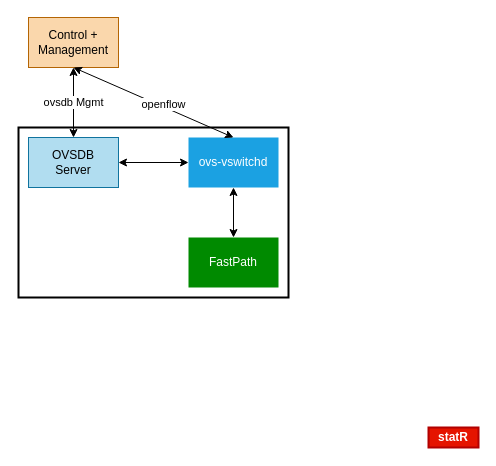
Earlier version of the draw.io diagram passive-monitoring-demo-components.drawio (sugchand/drawio). Source tidied: cells renumbered, new cells numbered last; positions are measured from the earlier drawing's top-left corner, leaving out a move shared by most shapes. Both pictures are drawn from the tidied source at 100%, with x=0, y=0 at pixel (18, 17).
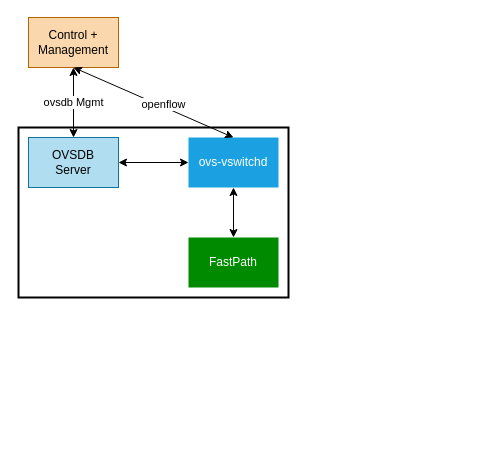
The same diagram, later.

The edit, as a diff of the source:
```diff
@@
 <mxGraphModel>
   <root>
     <mxCell id="0" />
     <mxCell id="1" parent="0" />
     <mxCell id="2" value="Control + Management" style="rounded=0;whiteSpace=wrap;html=1;fillColor=#fad7ac;strokeColor=#b46504;" parent="1" vertex="1">
       <mxGeometry x="10" width="90" height="50" as="geometry" />
     </mxCell>
     <mxCell id="3" value="OVSDB&lt;br&gt;Server" style="rounded=0;whiteSpace=wrap;html=1;fillColor=#b1ddf0;strokeColor=#10739e;" parent="1" vertex="1">
       <mxGeometry x="10" y="120" width="90" height="50" as="geometry" />
     </mxCell>
     <mxCell id="4" value="ovs-vswitchd" style="rounded=0;whiteSpace=wrap;html=1;fillColor=#1ba1e2;fontColor=#ffffff;strokeColor=none;" parent="1" vertex="1">
       <mxGeometry x="170" y="120" width="90" height="50" as="geometry" />
     </mxCell>
     <mxCell id="5" value="FastPath" style="rounded=0;whiteSpace=wrap;html=1;fillColor=#008a00;fontColor=#ffffff;strokeColor=none;" parent="1" vertex="1">
       <mxGeometry x="170" y="220" width="90" height="50" as="geometry" />
     </mxCell>
     <mxCell id="6" style="rounded=0;whiteSpace=wrap;html=1;fillColor=none;strokeWidth=2;" parent="1" vertex="1">
       <mxGeometry y="110" width="270" height="170" as="geometry" />
     </mxCell>
     <mxCell id="7" style="endArrow=classic;startArrow=classic;html=1;exitX=0.5;exitY=0;exitDx=0;exitDy=0;entryX=0.5;entryY=1;entryDx=0;entryDy=0;" parent="1" edge="1" source="5" target="4">
       <mxGeometry relative="1" as="geometry" />
     </mxCell>
     <mxCell id="8" style="endArrow=classic;startArrow=classic;html=1;exitX=0;exitY=0.5;exitDx=0;exitDy=0;entryX=1;entryY=0.5;entryDx=0;entryDy=0;" parent="1" edge="1" source="4" target="3">
       <mxGeometry relative="1" as="geometry" />
     </mxCell>
     <mxCell id="9" value="ovsdb Mgmt" style="endArrow=classic;startArrow=classic;html=1;entryX=0.5;entryY=1;entryDx=0;entryDy=0;" parent="1" edge="1" source="3" target="2">
       <mxGeometry relative="1" as="geometry" />
     </mxCell>
     <mxCell id="10" style="endArrow=classic;startArrow=classic;html=1;entryX=0.5;entryY=1;entryDx=0;entryDy=0;exitX=0.5;exitY=0;exitDx=0;exitDy=0;" parent="1" edge="1" source="4" target="2">
       <mxGeometry relative="1" as="geometry" />
     </mxCell>
     <mxCell id="11" value="openflow" style="edgeLabel;html=1;align=center;verticalAlign=middle;" parent="10" vertex="1">
       <mxGeometry x="-0.12" y="-3" relative="1" as="geometry">
         <mxPoint x="-1" as="offset" />
       </mxGeometry>
     </mxCell>
-    <mxCell id="12" value="&lt;b&gt;statR&lt;/b&gt;" style="rounded=0;whiteSpace=wrap;html=1;strokeWidth=2;fillColor=#e51400;strokeColor=#B20000;fontColor=#ffffff;" parent="1" vertex="1">
-      <mxGeometry x="410" y="410" width="50" height="20" as="geometry" />
-    </mxCell>
   </root>
 </mxGraphModel>
```
